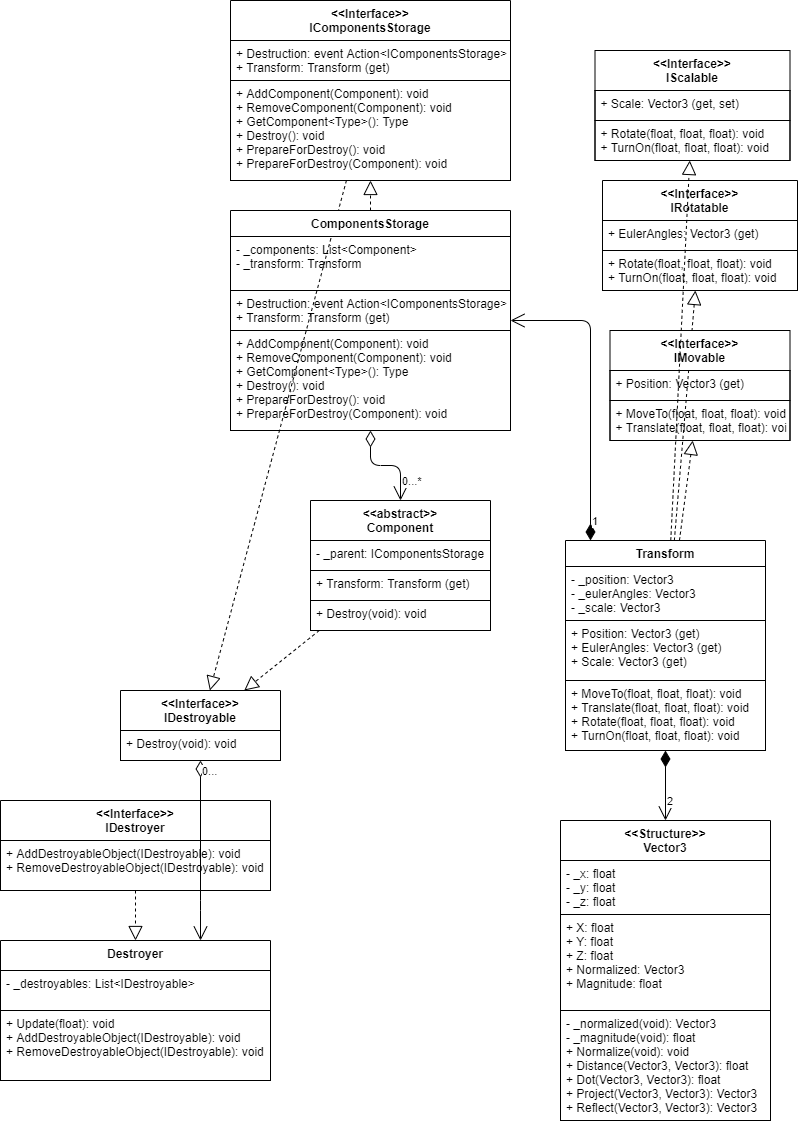
The draw.io diagram Other/Diagrams/Model/Model-BaseAndDestroy.png in Kkamikadzee/Asteroids, before a commit. Source tidied: cells renumbered, new cells last; positions are measured from the earlier drawing's top-left corner, leaving out a move shared by most shapes. Source of this version:
```xml
<mxGraphModel>
  <root>
    <mxCell id="0" />
    <mxCell id="1" parent="0" />
    <mxCell id="2" style="endArrow=block;dashed=1;endFill=0;endSize=12;html=1;" parent="1" edge="1" source="15" target="19">
      <mxGeometry relative="1" as="geometry" />
    </mxCell>
    <mxCell id="3" style="endArrow=block;dashed=1;endFill=0;endSize=12;html=1;" parent="1" edge="1" source="15" target="22">
      <mxGeometry relative="1" as="geometry" />
    </mxCell>
    <mxCell id="4" style="endArrow=block;dashed=1;endFill=0;endSize=12;html=1;" parent="1" edge="1" source="29" target="33">
      <mxGeometry relative="1" as="geometry" />
    </mxCell>
    <mxCell id="5" style="endArrow=block;dashed=1;endFill=0;endSize=12;html=1;" parent="1" edge="1" source="33" target="46">
      <mxGeometry relative="1" as="geometry" />
    </mxCell>
    <mxCell id="6" value="0...*&lt;br&gt;" style="endArrow=open;html=1;endSize=12;startArrow=diamondThin;startSize=14;startFill=0;edgeStyle=orthogonalEdgeStyle;align=left;verticalAlign=bottom;" parent="1" edge="1" source="29" target="25">
      <mxGeometry x="0.8" relative="1" as="geometry" />
    </mxCell>
    <mxCell id="7" value="1" style="endArrow=open;html=1;endSize=12;startArrow=diamondThin;startSize=14;startFill=1;edgeStyle=orthogonalEdgeStyle;align=left;verticalAlign=bottom;" parent="1" edge="1" source="15" target="29">
      <mxGeometry x="-0.93" relative="1" as="geometry">
        <Array as="points">
          <mxPoint x="590" y="320" />
        </Array>
      </mxGeometry>
    </mxCell>
    <mxCell id="8" style="endArrow=block;dashed=1;endFill=0;endSize=12;html=1;" parent="1" edge="1" source="25" target="46">
      <mxGeometry relative="1" as="geometry" />
    </mxCell>
    <mxCell id="9" value="2" style="endArrow=open;html=1;endSize=12;startArrow=diamondThin;startSize=14;startFill=1;edgeStyle=orthogonalEdgeStyle;align=left;verticalAlign=bottom;entryX=0.5;entryY=0;entryDx=0;entryDy=0;" parent="1" edge="1" source="15" target="11">
      <mxGeometry x="0.71" relative="1" as="geometry" />
    </mxCell>
    <mxCell id="10" style="endArrow=block;dashed=1;endFill=0;endSize=12;html=1;" parent="1" edge="1" source="36" target="38">
      <mxGeometry relative="1" as="geometry" />
    </mxCell>
    <mxCell id="11" value="&lt;&lt;Structure&gt;&gt;&#10;Vector3" style="swimlane;fontStyle=1;align=center;verticalAlign=top;horizontal=1;startSize=40;spacing=2;" parent="1" vertex="1">
      <mxGeometry x="560" y="820" width="210" height="300" as="geometry" />
    </mxCell>
    <mxCell id="12" value="- _x: float&#10;- _y: float&#10;- _z: float" style="text;fillColor=none;align=left;verticalAlign=top;spacingLeft=4;spacingRight=4;overflow=hidden;strokeColor=#000000;" parent="11" vertex="1">
      <mxGeometry y="40" width="210" height="54" as="geometry" />
    </mxCell>
    <mxCell id="13" value="+ X: float&#10;+ Y: float&#10;+ Z: float&#10;+ Normalized: Vector3&#10;+ Magnitude: float" style="text;fillColor=none;align=left;verticalAlign=top;spacingLeft=4;spacingRight=4;overflow=hidden;strokeColor=#000000;" parent="11" vertex="1">
      <mxGeometry y="94" width="210" height="96" as="geometry" />
    </mxCell>
    <mxCell id="14" value="- _normalized(void): Vector3&#10;- _magnitude(void): float&#10;+ Normalize(void): void&#10;+ Distance(Vector3, Vector3): float&#10;+ Dot(Vector3, Vector3): float&#10;+ Project(Vector3, Vector3): Vector3&#10;+ Reflect(Vector3, Vector3): Vector3&#10;&#10;" style="text;fillColor=none;align=left;verticalAlign=top;spacingLeft=4;spacingRight=4;overflow=hidden;strokeColor=#000000;" parent="11" vertex="1">
      <mxGeometry y="190" width="210" height="110" as="geometry" />
    </mxCell>
    <mxCell id="15" value="Transform" style="swimlane;fontStyle=1;align=center;verticalAlign=top;horizontal=1;startSize=26;spacing=2;" parent="1" vertex="1">
      <mxGeometry x="565" y="540" width="200" height="210" as="geometry" />
    </mxCell>
    <mxCell id="16" value="- _position: Vector3&#10;- _eulerAngles: Vector3&#10;- _scale: Vector3" style="text;fillColor=none;align=left;verticalAlign=top;spacingLeft=4;spacingRight=4;overflow=hidden;strokeColor=#000000;" parent="15" vertex="1">
      <mxGeometry y="26" width="200" height="54" as="geometry" />
    </mxCell>
    <mxCell id="17" value="+ Position: Vector3 (get) &#10;+ EulerAngles: Vector3 (get)&#10;+ Scale: Vector3 (get)" style="text;fillColor=none;align=left;verticalAlign=top;spacingLeft=4;spacingRight=4;overflow=hidden;strokeColor=#000000;" parent="15" vertex="1">
      <mxGeometry y="80" width="200" height="60" as="geometry" />
    </mxCell>
    <mxCell id="18" value="+ MoveTo(float, float, float): void&#10;+ Translate(float, float, float): void&#10;+ Rotate(float, float, float): void&#10;+ TurnOn(float, float, float): void" style="text;fillColor=none;align=left;verticalAlign=top;spacingLeft=4;spacingRight=4;overflow=hidden;strokeColor=#000000;" parent="15" vertex="1">
      <mxGeometry y="140" width="200" height="70" as="geometry" />
    </mxCell>
    <mxCell id="19" value="&lt;&lt;Interface&gt;&gt;&#10;IMovable" style="swimlane;fontStyle=1;align=center;verticalAlign=top;horizontal=1;startSize=40;spacing=2;" parent="1" vertex="1">
      <mxGeometry x="609.5" y="330" width="180" height="110" as="geometry" />
    </mxCell>
    <mxCell id="20" value="+ Position: Vector3 (get)  " style="text;fillColor=none;align=left;verticalAlign=top;spacingLeft=4;spacingRight=4;overflow=hidden;strokeColor=#000000;" parent="19" vertex="1">
      <mxGeometry y="40" width="180" height="30" as="geometry" />
    </mxCell>
    <mxCell id="21" value="+ MoveTo(float, float, float): void&#10;+ Translate(float, float, float): void" style="text;fillColor=none;align=left;verticalAlign=top;spacingLeft=4;spacingRight=4;overflow=hidden;strokeColor=#000000;" parent="19" vertex="1">
      <mxGeometry y="70" width="180" height="40" as="geometry" />
    </mxCell>
    <mxCell id="22" value="&lt;&lt;Interface&gt;&gt;&#10;IRotatable" style="swimlane;fontStyle=1;align=center;verticalAlign=top;horizontal=1;startSize=40;spacing=2;" parent="1" vertex="1">
      <mxGeometry x="602" y="180" width="195" height="110" as="geometry" />
    </mxCell>
    <mxCell id="23" value="+ EulerAngles: Vector3 (get) " style="text;fillColor=none;align=left;verticalAlign=top;spacingLeft=4;spacingRight=4;overflow=hidden;strokeColor=#000000;" parent="22" vertex="1">
      <mxGeometry y="40" width="195" height="30" as="geometry" />
    </mxCell>
    <mxCell id="24" value="+ Rotate(float, float, float): void&#10;+ TurnOn(float, float, float): void" style="text;fillColor=none;align=left;verticalAlign=top;spacingLeft=4;spacingRight=4;overflow=hidden;strokeColor=#000000;" parent="22" vertex="1">
      <mxGeometry y="70" width="195" height="40" as="geometry" />
    </mxCell>
    <mxCell id="25" value="&lt;&lt;abstract&gt;&gt;&#10;Component" style="swimlane;fontStyle=1;align=center;verticalAlign=top;horizontal=1;startSize=40;spacing=2;" parent="1" vertex="1">
      <mxGeometry x="310" y="500" width="180" height="130" as="geometry" />
    </mxCell>
    <mxCell id="26" value="- _parent: IComponentsStorage&#10;" style="text;fillColor=none;align=left;verticalAlign=top;spacingLeft=4;spacingRight=4;overflow=hidden;strokeColor=#000000;" parent="25" vertex="1">
      <mxGeometry y="40" width="180" height="30" as="geometry" />
    </mxCell>
    <mxCell id="27" value="+ Transform: Transform (get) " style="text;fillColor=none;align=left;verticalAlign=top;spacingLeft=4;spacingRight=4;overflow=hidden;strokeColor=#000000;" parent="25" vertex="1">
      <mxGeometry y="70" width="180" height="30" as="geometry" />
    </mxCell>
    <mxCell id="28" value="+ Destroy(void): void" style="text;fillColor=none;align=left;verticalAlign=top;spacingLeft=4;spacingRight=4;overflow=hidden;strokeColor=#000000;" parent="25" vertex="1">
      <mxGeometry y="100" width="180" height="30" as="geometry" />
    </mxCell>
    <mxCell id="29" value="ComponentsStorage" style="swimlane;fontStyle=1;align=center;verticalAlign=top;horizontal=1;startSize=26;spacing=2;" parent="1" vertex="1">
      <mxGeometry x="230" y="210" width="280" height="220" as="geometry" />
    </mxCell>
    <mxCell id="30" value="- _components: List&lt;Component&gt;&#10;- _transform: Transform&#10;" style="text;fillColor=none;align=left;verticalAlign=top;spacingLeft=4;spacingRight=4;overflow=hidden;strokeColor=#000000;" parent="29" vertex="1">
      <mxGeometry y="26" width="280" height="54" as="geometry" />
    </mxCell>
    <mxCell id="31" value="+ Destruction: event Action&lt;IComponentsStorage&gt; &#10;+ Transform: Transform (get) " style="text;fillColor=none;align=left;verticalAlign=top;spacingLeft=4;spacingRight=4;overflow=hidden;strokeColor=#000000;" parent="29" vertex="1">
      <mxGeometry y="80" width="280" height="40" as="geometry" />
    </mxCell>
    <mxCell id="32" value="+ AddComponent(Component): void&#10;+ RemoveComponent(Component): void&#10;+ GetComponent&lt;Type&gt;(): Type&#10;+ Destroy(): void&#10;+ PrepareForDestroy(): void&#10;+ PrepareForDestroy(Component): void&#10;&#10;" style="text;fillColor=none;align=left;verticalAlign=top;spacingLeft=4;spacingRight=4;overflow=hidden;strokeColor=#000000;" parent="29" vertex="1">
      <mxGeometry y="120" width="280" height="100" as="geometry" />
    </mxCell>
    <mxCell id="33" value="&lt;&lt;Interface&gt;&gt;&#10;IComponentsStorage" style="swimlane;fontStyle=1;align=center;verticalAlign=top;horizontal=1;startSize=40;spacing=2;" parent="1" vertex="1">
      <mxGeometry x="230" width="280" height="180" as="geometry" />
    </mxCell>
    <mxCell id="34" value="+ Destruction: event Action&lt;IComponentsStorage&gt; &#10;+ Transform: Transform (get) " style="text;fillColor=none;align=left;verticalAlign=top;spacingLeft=4;spacingRight=4;overflow=hidden;strokeColor=#000000;" parent="33" vertex="1">
      <mxGeometry y="40" width="280" height="40" as="geometry" />
    </mxCell>
    <mxCell id="35" value="+ AddComponent(Component): void&#10;+ RemoveComponent(Component): void&#10;+ GetComponent&lt;Type&gt;(): Type&#10;+ Destroy(): void&#10;+ PrepareForDestroy(): void&#10;+ PrepareForDestroy(Component): void&#10;&#10;" style="text;fillColor=none;align=left;verticalAlign=top;spacingLeft=4;spacingRight=4;overflow=hidden;strokeColor=#000000;" parent="33" vertex="1">
      <mxGeometry y="80" width="280" height="100" as="geometry" />
    </mxCell>
    <mxCell id="36" value="&lt;&lt;Interface&gt;&gt;&#10;IDestroyer" style="swimlane;fontStyle=1;align=center;verticalAlign=top;horizontal=1;startSize=40;spacing=2;" parent="1" vertex="1">
      <mxGeometry y="800" width="270" height="90" as="geometry" />
    </mxCell>
    <mxCell id="37" value="+ AddDestroyableObject(IDestroyable): void&#10;+ RemoveDestroyableObject(IDestroyable): void" style="text;fillColor=none;align=left;verticalAlign=top;spacingLeft=4;spacingRight=4;overflow=hidden;strokeColor=#000000;" parent="36" vertex="1">
      <mxGeometry y="40" width="270" height="50" as="geometry" />
    </mxCell>
    <mxCell id="38" value="Destroyer" style="swimlane;fontStyle=1;align=center;verticalAlign=top;horizontal=1;startSize=30;spacing=2;" parent="1" vertex="1">
      <mxGeometry y="940" width="270" height="140" as="geometry" />
    </mxCell>
    <mxCell id="39" value="- _destroyables: List&lt;IDestroyable&gt;" style="text;fillColor=none;align=left;verticalAlign=top;spacingLeft=4;spacingRight=4;overflow=hidden;strokeColor=#000000;" parent="38" vertex="1">
      <mxGeometry y="30" width="270" height="40" as="geometry" />
    </mxCell>
    <mxCell id="40" value="+ Update(float): void&#10;+ AddDestroyableObject(IDestroyable): void&#10;+ RemoveDestroyableObject(IDestroyable): void" style="text;fillColor=none;align=left;verticalAlign=top;spacingLeft=4;spacingRight=4;overflow=hidden;strokeColor=#000000;" parent="38" vertex="1">
      <mxGeometry y="70" width="270" height="70" as="geometry" />
    </mxCell>
    <mxCell id="41" value="&lt;&lt;Interface&gt;&gt;&#10;IScalable" style="swimlane;fontStyle=1;align=center;verticalAlign=top;horizontal=1;startSize=40;spacing=2;" parent="1" vertex="1">
      <mxGeometry x="594.5" y="50" width="195" height="110" as="geometry" />
    </mxCell>
    <mxCell id="42" value="+ Scale: Vector3 (get, set)" style="text;fillColor=none;align=left;verticalAlign=top;spacingLeft=4;spacingRight=4;overflow=hidden;strokeColor=#000000;" parent="41" vertex="1">
      <mxGeometry y="40" width="195" height="30" as="geometry" />
    </mxCell>
    <mxCell id="43" value="+ Rotate(float, float, float): void&#10;+ TurnOn(float, float, float): void" style="text;fillColor=none;align=left;verticalAlign=top;spacingLeft=4;spacingRight=4;overflow=hidden;strokeColor=#000000;" parent="41" vertex="1">
      <mxGeometry y="70" width="195" height="40" as="geometry" />
    </mxCell>
    <mxCell id="44" style="endArrow=block;dashed=1;endFill=0;endSize=12;html=1;" parent="1" edge="1" source="15" target="41">
      <mxGeometry relative="1" as="geometry" />
    </mxCell>
    <mxCell id="45" value="0..." style="endArrow=open;html=1;endSize=12;startArrow=diamondThin;startSize=14;startFill=0;edgeStyle=orthogonalEdgeStyle;align=left;verticalAlign=bottom;" parent="1" edge="1" source="46" target="38">
      <mxGeometry x="0.56" y="-120" relative="1" as="geometry">
        <Array as="points">
          <mxPoint x="200" y="900" />
          <mxPoint x="200" y="900" />
        </Array>
        <mxPoint x="120" y="-120" as="offset" />
      </mxGeometry>
    </mxCell>
    <mxCell id="46" value="&lt;&lt;Interface&gt;&gt;&#10;IDestroyable" style="swimlane;fontStyle=1;align=center;verticalAlign=top;horizontal=1;startSize=40;spacing=2;" parent="1" vertex="1">
      <mxGeometry x="120" y="690" width="160" height="70" as="geometry" />
    </mxCell>
    <mxCell id="47" value="+ Destroy(void): void" style="text;fillColor=none;align=left;verticalAlign=top;spacingLeft=4;spacingRight=4;overflow=hidden;strokeColor=#000000;" parent="46" vertex="1">
      <mxGeometry y="40" width="160" height="30" as="geometry" />
    </mxCell>
  </root>
</mxGraphModel>
```
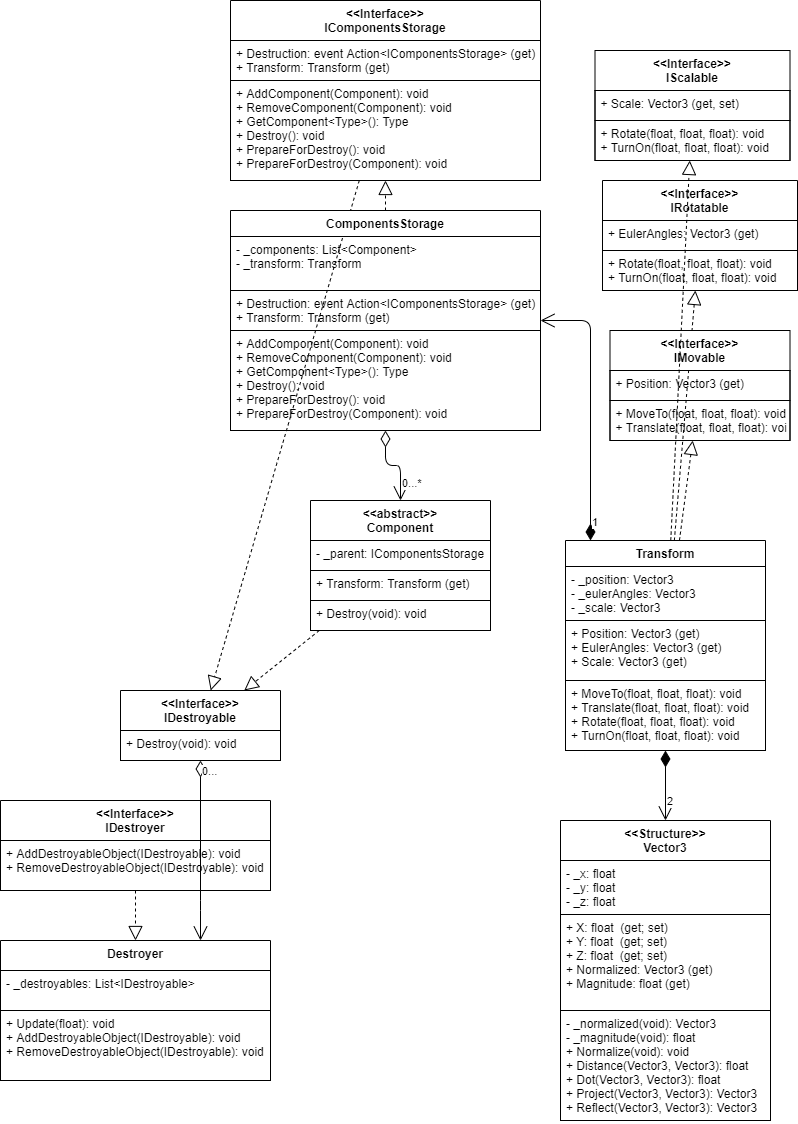
The same diagram one commit later.

Change to the diagram source:
```diff
@@ -39,7 +39,7 @@
     <mxCell id="12" value="- _x: float&#10;- _y: float&#10;- _z: float" style="text;fillColor=none;align=left;verticalAlign=top;spacingLeft=4;spacingRight=4;overflow=hidden;strokeColor=#000000;" parent="11" vertex="1">
       <mxGeometry y="40" width="210" height="54" as="geometry" />
     </mxCell>
-    <mxCell id="13" value="+ X: float&#10;+ Y: float&#10;+ Z: float&#10;+ Normalized: Vector3&#10;+ Magnitude: float" style="text;fillColor=none;align=left;verticalAlign=top;spacingLeft=4;spacingRight=4;overflow=hidden;strokeColor=#000000;" parent="11" vertex="1">
+    <mxCell id="13" value="+ X: float  (get; set) &#10;+ Y: float  (get; set) &#10;+ Z: float  (get; set) &#10;+ Normalized: Vector3 (get)&#10;+ Magnitude: float (get)" style="text;fillColor=none;align=left;verticalAlign=top;spacingLeft=4;spacingRight=4;overflow=hidden;strokeColor=#000000;" parent="11" vertex="1">
       <mxGeometry y="94" width="210" height="96" as="geometry" />
     </mxCell>
     <mxCell id="14" value="- _normalized(void): Vector3&#10;- _magnitude(void): float&#10;+ Normalize(void): void&#10;+ Distance(Vector3, Vector3): float&#10;+ Dot(Vector3, Vector3): float&#10;+ Project(Vector3, Vector3): Vector3&#10;+ Reflect(Vector3, Vector3): Vector3&#10;&#10;" style="text;fillColor=none;align=left;verticalAlign=top;spacingLeft=4;spacingRight=4;overflow=hidden;strokeColor=#000000;" parent="11" vertex="1">
@@ -88,25 +88,25 @@
       <mxGeometry y="100" width="180" height="30" as="geometry" />
     </mxCell>
     <mxCell id="29" value="ComponentsStorage" style="swimlane;fontStyle=1;align=center;verticalAlign=top;horizontal=1;startSize=26;spacing=2;" parent="1" vertex="1">
-      <mxGeometry x="230" y="210" width="280" height="220" as="geometry" />
+      <mxGeometry x="230" y="210" width="310" height="220" as="geometry" />
     </mxCell>
     <mxCell id="30" value="- _components: List&lt;Component&gt;&#10;- _transform: Transform&#10;" style="text;fillColor=none;align=left;verticalAlign=top;spacingLeft=4;spacingRight=4;overflow=hidden;strokeColor=#000000;" parent="29" vertex="1">
-      <mxGeometry y="26" width="280" height="54" as="geometry" />
+      <mxGeometry y="26" width="310" height="54" as="geometry" />
     </mxCell>
-    <mxCell id="31" value="+ Destruction: event Action&lt;IComponentsStorage&gt; &#10;+ Transform: Transform (get) " style="text;fillColor=none;align=left;verticalAlign=top;spacingLeft=4;spacingRight=4;overflow=hidden;strokeColor=#000000;" parent="29" vertex="1">
-      <mxGeometry y="80" width="280" height="40" as="geometry" />
+    <mxCell id="31" value="+ Destruction: event Action&lt;IComponentsStorage&gt; (get)   &#10;+ Transform: Transform (get) " style="text;fillColor=none;align=left;verticalAlign=top;spacingLeft=4;spacingRight=4;overflow=hidden;strokeColor=#000000;" parent="29" vertex="1">
+      <mxGeometry y="80" width="310" height="40" as="geometry" />
     </mxCell>
     <mxCell id="32" value="+ AddComponent(Component): void&#10;+ RemoveComponent(Component): void&#10;+ GetComponent&lt;Type&gt;(): Type&#10;+ Destroy(): void&#10;+ PrepareForDestroy(): void&#10;+ PrepareForDestroy(Component): void&#10;&#10;" style="text;fillColor=none;align=left;verticalAlign=top;spacingLeft=4;spacingRight=4;overflow=hidden;strokeColor=#000000;" parent="29" vertex="1">
-      <mxGeometry y="120" width="280" height="100" as="geometry" />
+      <mxGeometry y="120" width="310" height="100" as="geometry" />
     </mxCell>
     <mxCell id="33" value="&lt;&lt;Interface&gt;&gt;&#10;IComponentsStorage" style="swimlane;fontStyle=1;align=center;verticalAlign=top;horizontal=1;startSize=40;spacing=2;" parent="1" vertex="1">
-      <mxGeometry x="230" width="280" height="180" as="geometry" />
+      <mxGeometry x="230" width="310" height="180" as="geometry" />
     </mxCell>
-    <mxCell id="34" value="+ Destruction: event Action&lt;IComponentsStorage&gt; &#10;+ Transform: Transform (get) " style="text;fillColor=none;align=left;verticalAlign=top;spacingLeft=4;spacingRight=4;overflow=hidden;strokeColor=#000000;" parent="33" vertex="1">
-      <mxGeometry y="40" width="280" height="40" as="geometry" />
+    <mxCell id="34" value="+ Destruction: event Action&lt;IComponentsStorage&gt; (get) &#10;+ Transform: Transform (get) " style="text;fillColor=none;align=left;verticalAlign=top;spacingLeft=4;spacingRight=4;overflow=hidden;strokeColor=#000000;" parent="33" vertex="1">
+      <mxGeometry y="40" width="310" height="40" as="geometry" />
     </mxCell>
     <mxCell id="35" value="+ AddComponent(Component): void&#10;+ RemoveComponent(Component): void&#10;+ GetComponent&lt;Type&gt;(): Type&#10;+ Destroy(): void&#10;+ PrepareForDestroy(): void&#10;+ PrepareForDestroy(Component): void&#10;&#10;" style="text;fillColor=none;align=left;verticalAlign=top;spacingLeft=4;spacingRight=4;overflow=hidden;strokeColor=#000000;" parent="33" vertex="1">
-      <mxGeometry y="80" width="280" height="100" as="geometry" />
+      <mxGeometry y="80" width="310" height="100" as="geometry" />
     </mxCell>
     <mxCell id="36" value="&lt;&lt;Interface&gt;&gt;&#10;IDestroyer" style="swimlane;fontStyle=1;align=center;verticalAlign=top;horizontal=1;startSize=40;spacing=2;" parent="1" vertex="1">
       <mxGeometry y="800" width="270" height="90" as="geometry" />
```
